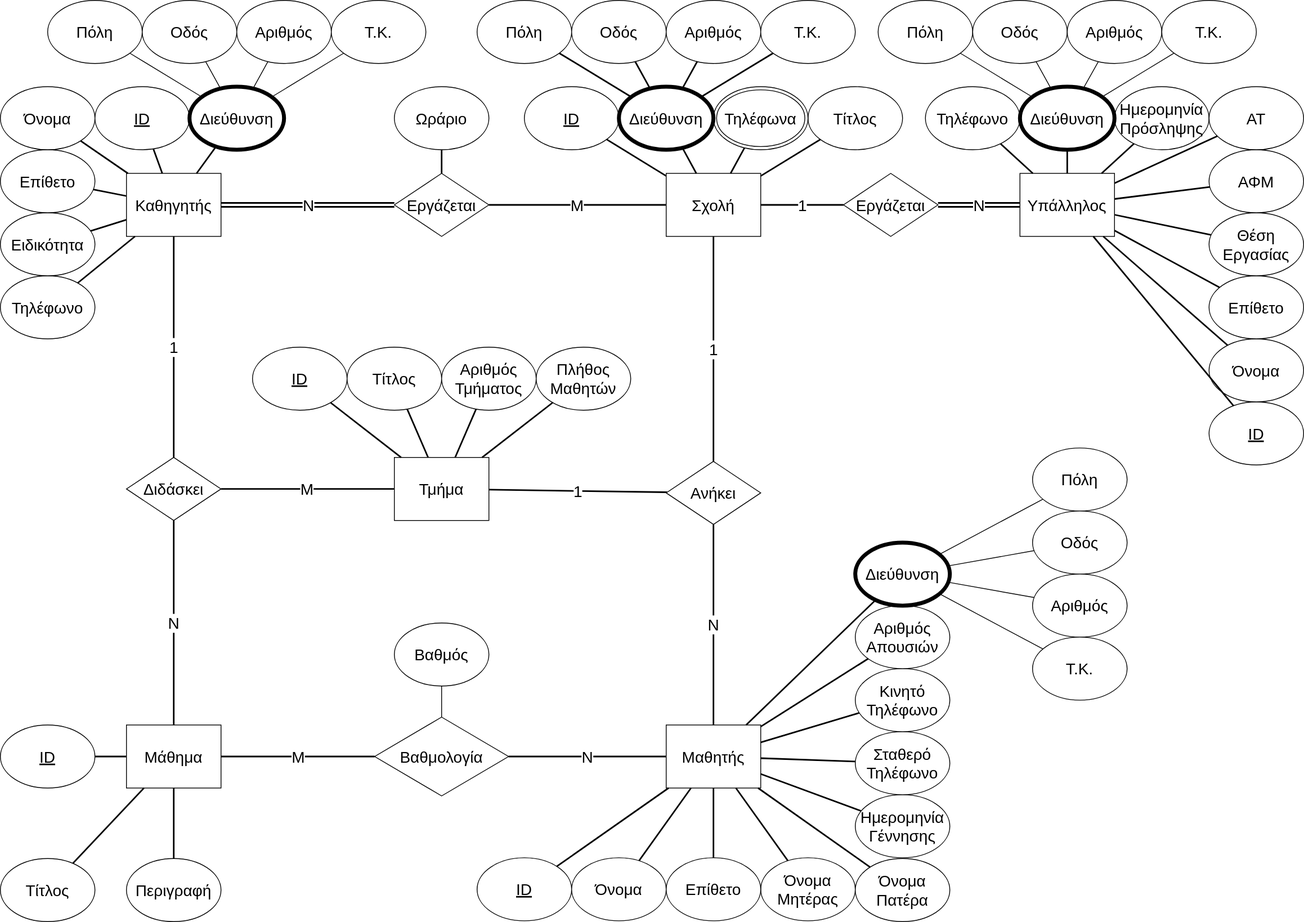
The draw.io diagram Database Diagram.drawio.svg in kyrtsouv/DB-Project, before a commit. Source tidied: cells renumbered, new cells last; positions are measured from the earlier drawing's top-left corner, leaving out a move shared by most shapes.
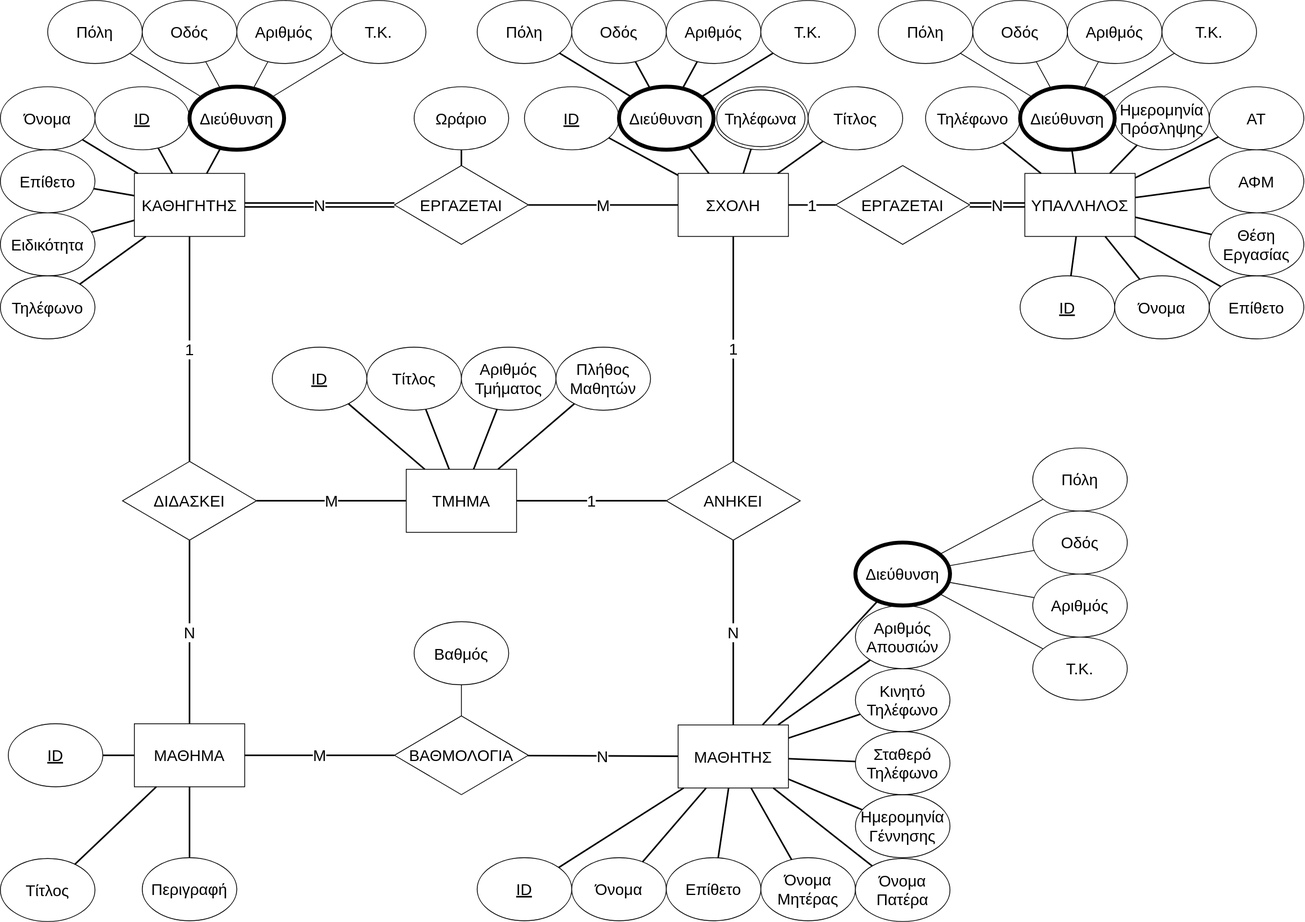
After the commit.

Change to the diagram source:
```diff
@@ -11,8 +11,8 @@
     <mxCell id="4" value="M" style="edgeStyle=none;rounded=0;jettySize=auto;html=1;labelBackgroundColor=default;strokeColor=default;align=center;verticalAlign=middle;fontFamily=Helvetica;fontSize=20;fontColor=default;endArrow=none;endFill=0;strokeWidth=2;labelBorderColor=none;" parent="1" edge="1" source="5" target="108">
       <mxGeometry relative="1" as="geometry" />
     </mxCell>
-    <mxCell id="5" value="Σχολή" style="rounded=0;whiteSpace=wrap;html=1;fontSize=20;strokeColor=default;labelBorderColor=none;" parent="1" vertex="1">
-      <mxGeometry x="845" y="219.5" width="120" height="80" as="geometry" />
+    <mxCell id="5" value="ΣΧΟΛΗ" style="rounded=0;whiteSpace=wrap;html=1;fontSize=20;strokeColor=default;labelBorderColor=none;" parent="1" vertex="1">
+      <mxGeometry x="860" y="219.5" width="140" height="80" as="geometry" />
     </mxCell>
     <mxCell id="6" style="edgeStyle=none;shape=connector;rounded=0;jettySize=auto;html=1;labelBackgroundColor=default;strokeColor=default;align=center;verticalAlign=middle;fontFamily=Helvetica;fontSize=20;fontColor=default;endArrow=none;endFill=0;strokeWidth=2;labelBorderColor=none;" parent="1" edge="1" source="7" target="5">
       <mxGeometry relative="1" as="geometry" />
@@ -26,14 +26,14 @@
     <mxCell id="9" value="N" style="edgeStyle=none;jettySize=auto;html=1;labelBackgroundColor=default;strokeColor=default;align=center;verticalAlign=middle;fontFamily=Helvetica;fontSize=20;fontColor=default;endArrow=none;endFill=0;jumpStyle=none;rounded=0;strokeWidth=2;labelBorderColor=none;shape=link;" parent="1" edge="1" source="106" target="10">
       <mxGeometry relative="1" as="geometry" />
     </mxCell>
-    <mxCell id="10" value="Υπάλληλος" style="whiteSpace=wrap;html=1;fontFamily=Helvetica;fontSize=20;fontColor=default;strokeColor=default;labelBorderColor=none;" parent="1" vertex="1">
-      <mxGeometry x="1294" y="219.5" width="120" height="80" as="geometry" />
+    <mxCell id="10" value="ΥΠΑΛΛΗΛΟΣ" style="whiteSpace=wrap;html=1;fontFamily=Helvetica;fontSize=20;fontColor=default;strokeColor=default;labelBorderColor=none;" parent="1" vertex="1">
+      <mxGeometry x="1300" y="219.5" width="140" height="80" as="geometry" />
     </mxCell>
     <mxCell id="11" value="ID" style="ellipse;whiteSpace=wrap;html=1;fontFamily=Helvetica;fontSize=20;fontColor=default;flipV=0;flipH=1;direction=east;fontStyle=4;labelPosition=center;verticalLabelPosition=middle;align=center;verticalAlign=middle;strokeColor=default;labelBorderColor=none;" parent="1" vertex="1">
-      <mxGeometry x="1534" y="509.5" width="120" height="80" as="geometry" />
+      <mxGeometry x="1294" y="349.5" width="120" height="80" as="geometry" />
     </mxCell>
     <mxCell id="12" value="Όνομα" style="ellipse;whiteSpace=wrap;html=1;fontFamily=Helvetica;fontSize=20;fontColor=default;flipV=0;flipH=1;direction=east;labelPosition=center;verticalLabelPosition=middle;align=center;verticalAlign=middle;strokeColor=default;labelBorderColor=none;" parent="1" vertex="1">
-      <mxGeometry x="1534" y="429.5" width="120" height="80" as="geometry" />
+      <mxGeometry x="1414" y="349.5" width="120" height="80" as="geometry" />
     </mxCell>
     <mxCell id="13" value="Επίθετο" style="ellipse;whiteSpace=wrap;html=1;fontFamily=Helvetica;fontSize=20;fontColor=default;flipV=0;flipH=1;direction=east;labelPosition=center;verticalLabelPosition=middle;align=center;verticalAlign=middle;strokeColor=default;labelBorderColor=none;" parent="1" vertex="1">
       <mxGeometry x="1534" y="349.5" width="120" height="80" as="geometry" />
@@ -50,14 +50,14 @@
     <mxCell id="17" value="N" style="edgeStyle=none;rounded=0;jettySize=auto;html=1;labelBackgroundColor=default;strokeColor=default;align=center;verticalAlign=middle;fontFamily=Helvetica;fontSize=20;fontColor=default;endArrow=none;endFill=0;strokeWidth=2;labelBorderColor=none;shape=link;" parent="1" edge="1" source="18" target="108">
       <mxGeometry relative="1" as="geometry" />
     </mxCell>
-    <mxCell id="18" value="Καθηγητής" style="whiteSpace=wrap;html=1;fontFamily=Helvetica;fontSize=20;fontColor=default;strokeColor=default;labelBorderColor=none;" parent="1" vertex="1">
-      <mxGeometry x="160" y="219.5" width="120" height="80" as="geometry" />
+    <mxCell id="18" value="ΚΑΘΗΓΗΤΗΣ" style="whiteSpace=wrap;html=1;fontFamily=Helvetica;fontSize=20;fontColor=default;strokeColor=default;labelBorderColor=none;" parent="1" vertex="1">
+      <mxGeometry x="170" y="219.5" width="140" height="80" as="geometry" />
     </mxCell>
     <mxCell id="19" value="N" style="edgeStyle=none;rounded=0;jettySize=auto;html=1;labelBackgroundColor=default;strokeColor=default;align=center;verticalAlign=middle;fontFamily=Helvetica;fontSize=20;fontColor=default;endArrow=none;endFill=0;strokeWidth=2;labelBorderColor=none;" parent="1" edge="1" source="20" target="105">
       <mxGeometry relative="1" as="geometry" />
     </mxCell>
-    <mxCell id="20" value="Μαθητής" style="whiteSpace=wrap;html=1;strokeColor=default;align=center;verticalAlign=middle;fontFamily=Helvetica;fontSize=20;fontColor=default;fillColor=default;labelBorderColor=none;" parent="1" vertex="1">
-      <mxGeometry x="845" y="919.5" width="120" height="80" as="geometry" />
+    <mxCell id="20" value="ΜΑΘΗΤΗΣ" style="whiteSpace=wrap;html=1;strokeColor=default;align=center;verticalAlign=middle;fontFamily=Helvetica;fontSize=20;fontColor=default;fillColor=default;labelBorderColor=none;" parent="1" vertex="1">
+      <mxGeometry x="860" y="919.5" width="140" height="80" as="geometry" />
     </mxCell>
     <mxCell id="21" value="ID" style="ellipse;whiteSpace=wrap;html=1;strokeColor=default;align=center;verticalAlign=middle;fontFamily=Helvetica;fontSize=20;fontColor=default;fillColor=default;fontStyle=4;labelBorderColor=none;" parent="1" vertex="1">
       <mxGeometry x="605" y="1088" width="120" height="80" as="geometry" />
@@ -98,32 +98,32 @@
     <mxCell id="33" value="M" style="edgeStyle=none;shape=connector;rounded=0;jettySize=auto;html=1;labelBackgroundColor=default;strokeColor=default;align=center;verticalAlign=middle;fontFamily=Helvetica;fontSize=20;fontColor=default;endArrow=none;endFill=0;strokeWidth=2;labelBorderColor=none;" parent="1" edge="1" source="34" target="97">
       <mxGeometry relative="1" as="geometry" />
     </mxCell>
-    <mxCell id="34" value="Τμήμα" style="whiteSpace=wrap;html=1;strokeColor=default;align=center;verticalAlign=middle;fontFamily=Helvetica;fontSize=20;fontColor=default;fillColor=default;labelBorderColor=none;" parent="1" vertex="1">
-      <mxGeometry x="500" y="580" width="120" height="80" as="geometry" />
+    <mxCell id="34" value="ΤΜΗΜΑ" style="whiteSpace=wrap;html=1;strokeColor=default;align=center;verticalAlign=middle;fontFamily=Helvetica;fontSize=20;fontColor=default;fillColor=default;labelBorderColor=none;" parent="1" vertex="1">
+      <mxGeometry x="515" y="595" width="140" height="80" as="geometry" />
     </mxCell>
     <mxCell id="35" value="ID" style="ellipse;whiteSpace=wrap;html=1;strokeColor=default;align=center;verticalAlign=middle;fontFamily=Helvetica;fontSize=20;fontColor=default;fillColor=default;fontStyle=4;labelBorderColor=none;" parent="1" vertex="1">
-      <mxGeometry x="320" y="440" width="120" height="80" as="geometry" />
+      <mxGeometry x="345" y="440" width="120" height="80" as="geometry" />
     </mxCell>
     <mxCell id="36" value="Τίτλος" style="ellipse;whiteSpace=wrap;html=1;strokeColor=default;align=center;verticalAlign=middle;fontFamily=Helvetica;fontSize=20;fontColor=default;fillColor=default;labelBorderColor=none;" parent="1" vertex="1">
-      <mxGeometry x="440" y="440" width="120" height="80" as="geometry" />
+      <mxGeometry x="465" y="440" width="120" height="80" as="geometry" />
     </mxCell>
     <mxCell id="37" value="Αριθμός&lt;br style=&quot;font-size: 20px;&quot;&gt;Τμήματος" style="ellipse;whiteSpace=wrap;html=1;strokeColor=default;align=center;verticalAlign=middle;fontFamily=Helvetica;fontSize=20;fontColor=default;fillColor=default;labelBorderColor=none;" parent="1" vertex="1">
-      <mxGeometry x="560" y="440" width="120" height="80" as="geometry" />
+      <mxGeometry x="585" y="440" width="120" height="80" as="geometry" />
     </mxCell>
     <mxCell id="38" value="Πλήθος&lt;br style=&quot;font-size: 20px;&quot;&gt;Μαθητών" style="ellipse;whiteSpace=wrap;html=1;strokeColor=default;align=center;verticalAlign=middle;fontFamily=Helvetica;fontSize=20;fontColor=default;fillColor=default;labelBorderColor=none;" parent="1" vertex="1">
-      <mxGeometry x="680" y="440" width="120" height="80" as="geometry" />
+      <mxGeometry x="705" y="440" width="120" height="80" as="geometry" />
     </mxCell>
-    <mxCell id="39" value="Μάθημα" style="whiteSpace=wrap;html=1;strokeColor=default;align=center;verticalAlign=middle;fontFamily=Helvetica;fontSize=20;fontColor=default;fillColor=default;labelBorderColor=none;" parent="1" vertex="1">
-      <mxGeometry x="160" y="919.5" width="120" height="80" as="geometry" />
+    <mxCell id="39" value="ΜΑΘΗΜΑ" style="whiteSpace=wrap;html=1;strokeColor=default;align=center;verticalAlign=middle;fontFamily=Helvetica;fontSize=20;fontColor=default;fillColor=default;labelBorderColor=none;" parent="1" vertex="1">
+      <mxGeometry x="170" y="918" width="140" height="80" as="geometry" />
     </mxCell>
     <mxCell id="40" value="ID" style="ellipse;whiteSpace=wrap;html=1;strokeColor=default;align=center;verticalAlign=middle;fontFamily=Helvetica;fontSize=20;fontColor=default;fillColor=default;fontStyle=4;labelBorderColor=none;" parent="1" vertex="1">
-      <mxGeometry y="919.5" width="120" height="80" as="geometry" />
+      <mxGeometry x="10" y="918" width="120" height="80" as="geometry" />
     </mxCell>
     <mxCell id="41" value="Τίτλος" style="ellipse;whiteSpace=wrap;html=1;strokeColor=default;align=center;verticalAlign=middle;fontFamily=Helvetica;fontSize=20;fontColor=default;fillColor=default;labelBorderColor=none;" parent="1" vertex="1">
       <mxGeometry y="1089" width="120" height="80" as="geometry" />
     </mxCell>
     <mxCell id="42" value="Περιγραφή" style="ellipse;whiteSpace=wrap;html=1;strokeColor=default;align=center;verticalAlign=middle;fontFamily=Helvetica;fontSize=20;fontColor=default;fillColor=default;labelBorderColor=none;" parent="1" vertex="1">
-      <mxGeometry x="160" y="1089" width="120" height="80" as="geometry" />
+      <mxGeometry x="180" y="1088" width="120" height="80" as="geometry" />
     </mxCell>
     <mxCell id="43" style="edgeStyle=none;jettySize=auto;html=1;rounded=0;labelBackgroundColor=default;strokeColor=default;align=center;verticalAlign=middle;fontFamily=Helvetica;fontSize=20;fontColor=default;endArrow=none;endFill=0;shape=connector;strokeWidth=2;labelBorderColor=none;" parent="1" edge="1" source="5" target="8">
       <mxGeometry relative="1" as="geometry" />
@@ -287,8 +287,8 @@
     <mxCell id="96" style="edgeStyle=none;jettySize=auto;html=1;rounded=0;labelBackgroundColor=default;strokeColor=default;align=center;verticalAlign=middle;fontFamily=Helvetica;fontSize=20;fontColor=default;endArrow=none;endFill=0;shape=connector;strokeWidth=2;labelBorderColor=none;" parent="1" edge="1" source="87" target="91">
       <mxGeometry relative="1" as="geometry" />
     </mxCell>
-    <mxCell id="97" value="Διδάσκει" style="rhombus;whiteSpace=wrap;html=1;fontSize=20;strokeColor=default;labelBorderColor=none;" parent="1" vertex="1">
-      <mxGeometry x="160" y="580" width="120" height="80" as="geometry" />
+    <mxCell id="97" value="ΔΙΔΑΣΚΕΙ" style="rhombus;whiteSpace=wrap;html=1;fontSize=20;strokeColor=default;labelBorderColor=none;" parent="1" vertex="1">
+      <mxGeometry x="155" y="585" width="170" height="100" as="geometry" />
     </mxCell>
     <mxCell id="98" value="N" style="edgeStyle=none;jettySize=auto;html=1;rounded=0;endArrow=none;endFill=0;fontSize=20;strokeWidth=2;strokeColor=default;labelBorderColor=none;" parent="1" edge="1" source="39" target="97">
       <mxGeometry relative="1" as="geometry" />
@@ -296,8 +296,8 @@
     <mxCell id="99" value="1" style="edgeStyle=none;jettySize=auto;html=1;rounded=0;labelBackgroundColor=default;strokeColor=default;align=center;verticalAlign=middle;fontFamily=Helvetica;fontSize=20;fontColor=default;endArrow=none;endFill=0;shape=connector;strokeWidth=2;labelBorderColor=none;" parent="1" edge="1" source="97" target="18">
       <mxGeometry relative="1" as="geometry" />
     </mxCell>
-    <mxCell id="100" value="Βαθμολογία" style="rhombus;whiteSpace=wrap;html=1;fontFamily=Helvetica;fontSize=20;fontColor=default;strokeColor=default;labelBorderColor=none;" parent="1" vertex="1">
-      <mxGeometry x="475" y="909.5" width="170" height="100" as="geometry" />
+    <mxCell id="100" value="ΒΑΘΜΟΛΟΓΙΑ" style="rhombus;whiteSpace=wrap;html=1;fontFamily=Helvetica;fontSize=20;fontColor=default;strokeColor=default;labelBorderColor=none;" parent="1" vertex="1">
+      <mxGeometry x="500" y="908" width="170" height="100" as="geometry" />
     </mxCell>
     <mxCell id="101" value="N" style="edgeStyle=none;jettySize=auto;html=1;rounded=0;labelBackgroundColor=default;strokeColor=default;align=center;verticalAlign=middle;fontFamily=Helvetica;fontSize=20;fontColor=default;endArrow=none;endFill=0;shape=connector;strokeWidth=2;labelBorderColor=none;" parent="1" edge="1" source="100" target="20">
       <mxGeometry relative="1" as="geometry" />
@@ -306,25 +306,25 @@
       <mxGeometry relative="1" as="geometry" />
     </mxCell>
     <mxCell id="103" value="Βαθμός" style="ellipse;whiteSpace=wrap;html=1;fontFamily=Helvetica;fontSize=20;fontColor=default;strokeColor=default;labelBorderColor=none;" parent="1" vertex="1">
-      <mxGeometry x="500" y="790" width="120" height="80" as="geometry" />
+      <mxGeometry x="525" y="788.5" width="120" height="80" as="geometry" />
     </mxCell>
     <mxCell id="104" style="edgeStyle=none;jettySize=auto;html=1;rounded=0;labelBackgroundColor=default;strokeColor=default;align=center;verticalAlign=middle;fontFamily=Helvetica;fontSize=20;fontColor=default;endArrow=none;endFill=0;shape=connector;labelBorderColor=none;" parent="1" edge="1" source="100" target="103">
       <mxGeometry relative="1" as="geometry" />
     </mxCell>
-    <mxCell id="105" value="Ανήκει" style="rhombus;whiteSpace=wrap;html=1;fontFamily=Helvetica;fontSize=20;fontColor=default;strokeColor=default;labelBorderColor=none;" parent="1" vertex="1">
-      <mxGeometry x="845" y="585" width="120" height="80" as="geometry" />
+    <mxCell id="105" value="ΑΝΗΚΕΙ" style="rhombus;whiteSpace=wrap;html=1;fontFamily=Helvetica;fontSize=20;fontColor=default;strokeColor=default;labelBorderColor=none;" parent="1" vertex="1">
+      <mxGeometry x="845" y="585" width="170" height="100" as="geometry" />
     </mxCell>
-    <mxCell id="106" value="Εργάζεται" style="rhombus;whiteSpace=wrap;html=1;fontFamily=Helvetica;fontSize=20;fontColor=default;strokeColor=default;labelBorderColor=none;" parent="1" vertex="1">
-      <mxGeometry x="1070" y="219.5" width="120" height="80" as="geometry" />
+    <mxCell id="106" value="ΕΡΓΑΖΕΤΑΙ" style="rhombus;whiteSpace=wrap;html=1;fontFamily=Helvetica;fontSize=20;fontColor=default;strokeColor=default;labelBorderColor=none;" parent="1" vertex="1">
+      <mxGeometry x="1060" y="209.5" width="170" height="100" as="geometry" />
     </mxCell>
     <mxCell id="107" style="edgeStyle=none;shape=connector;rounded=0;jettySize=auto;html=1;labelBackgroundColor=default;strokeColor=default;align=center;verticalAlign=middle;fontFamily=Helvetica;fontSize=20;fontColor=default;endArrow=none;endFill=0;strokeWidth=2;labelBorderColor=none;" parent="1" edge="1" source="108" target="109">
       <mxGeometry relative="1" as="geometry" />
     </mxCell>
-    <mxCell id="108" value="Εργάζεται" style="rhombus;whiteSpace=wrap;html=1;fontFamily=Helvetica;fontSize=20;fontColor=default;strokeColor=default;labelBorderColor=none;" parent="1" vertex="1">
-      <mxGeometry x="500" y="219.5" width="120" height="80" as="geometry" />
+    <mxCell id="108" value="ΕΡΓΑΖΕΤΑΙ" style="rhombus;whiteSpace=wrap;html=1;fontFamily=Helvetica;fontSize=20;fontColor=default;strokeColor=default;labelBorderColor=none;" parent="1" vertex="1">
+      <mxGeometry x="500" y="209.5" width="170" height="100" as="geometry" />
     </mxCell>
     <mxCell id="109" value="Ωράριο" style="ellipse;whiteSpace=wrap;html=1;fontFamily=Helvetica;fontSize=20;fontColor=default;strokeColor=default;labelBorderColor=none;" parent="1" vertex="1">
-      <mxGeometry x="500" y="109.5" width="120" height="80" as="geometry" />
+      <mxGeometry x="525" y="109.5" width="120" height="80" as="geometry" />
     </mxCell>
     <mxCell id="110" style="rounded=0;jettySize=auto;html=1;endArrow=none;endFill=0;" parent="1" edge="1" source="111" target="85">
       <mxGeometry relative="1" as="geometry" />
```
